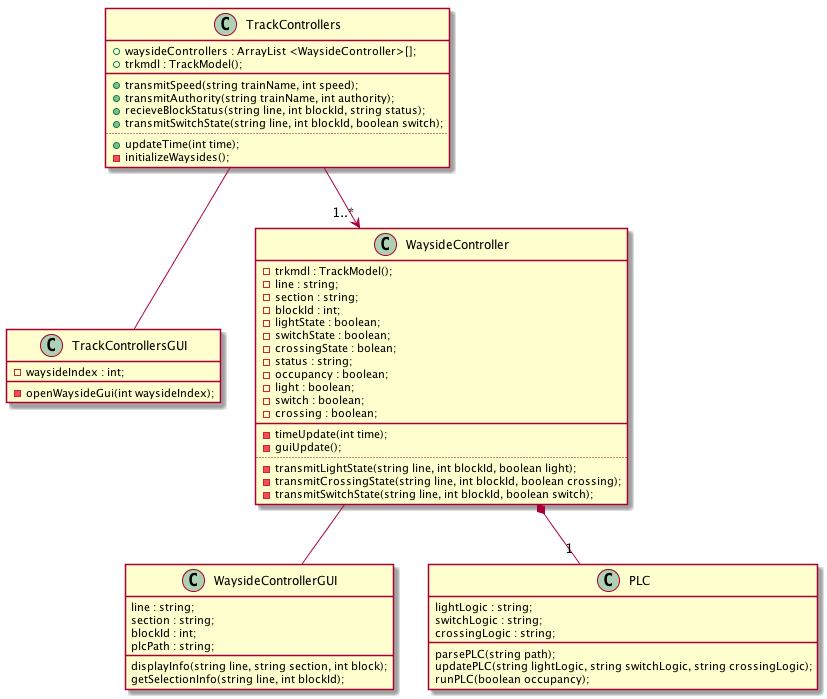
Before: TrainSystem/yUML/Class Diagrams/TrackControllerClassDiagram.png, a diagram exported from PlantUML (kevingilboy/COE1186).
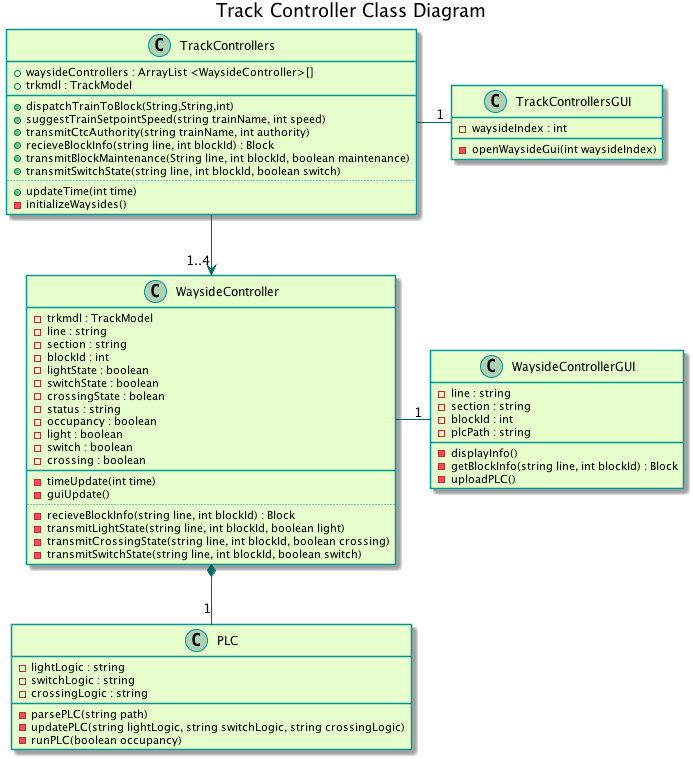
Later version of the same file.

Commit message:
updated theme, updated top level methods, and added comments

The edit, as a diff of the source:
```diff
@@ -1,68 +1,79 @@
 @startuml
+title Track Controller Class Diagram
+
+skinparam classBackgroundColor #e6ffcc
+skinparam classBorderColor 	#049595
+skinparam packageBorderCOlor  #049595
+skinparam arrowColor #006666
+
 class TrackControllers {
-	{field} + waysideControllers : ArrayList <WaysideController>[];
-	{field} + trkmdl : TrackModel();
+	{field} + waysideControllers : ArrayList <WaysideController>[]
+	{field} + trkmdl : TrackModel
 	__
-	{method} + transmitSpeed(string trainName, int speed);
-	{method} + transmitAuthority(string trainName, int authority);
-	{method} + recieveBlockStatus(string line, int blockId, string status);
-	{method} + transmitSwitchState(string line, int blockId, boolean switch);
+    {method} + dispatchTrainToBlock(String,String,int)
+	{method} + suggestTrainSetpointSpeed(string trainName, int speed)
+	{method} + transmitCtcAuthority(string trainName, int authority)
+	{method} + recieveBlockInfo(string line, int blockId) : Block
+    {method} + transmitBlockMaintenance(String line, int blockId, boolean maintenance)
+	{method} + transmitSwitchState(string line, int blockId, boolean switch)
 	..
-	{method} + updateTime(int time);
-	{method} - initializeWaysides();
+	{method} + updateTime(int time)
+	{method} - initializeWaysides()
 }
 
 class TrackControllersGUI {
-	{field} - waysideIndex : int;
+	{field} - waysideIndex : int
 	__
-	{method} - openWaysideGui(int waysideIndex);
+	{method} - openWaysideGui(int waysideIndex)
 }
 
 class WaysideController {
-	{field} - trkmdl : TrackModel();
-	{field} - line : string;
-	{field} - section : string;
-	{field} - blockId : int;
-	{field} - lightState : boolean;
-	{field} - switchState : boolean;
-	{field} - crossingState : bolean;
-	{field} - status : string;
-	{field} - occupancy : boolean;
-	{field} - light : boolean;
-	{field} - switch : boolean;
-	{field} - crossing : boolean;
+	{field} - trkmdl : TrackModel
+	{field} - line : string
+	{field} - section : string
+	{field} - blockId : int
+	{field} - lightState : boolean
+	{field} - switchState : boolean
+	{field} - crossingState : bolean
+	{field} - status : string
+	{field} - occupancy : boolean
+	{field} - light : boolean
+	{field} - switch : boolean
+	{field} - crossing : boolean
 	__
-	{method} - timeUpdate(int time);
-	{method} - guiUpdate();
+	{method} - timeUpdate(int time)
+	{method} - guiUpdate()
 	..
-	{method} - transmitLightState(string line, int blockId, boolean light);
-	{method} - transmitCrossingState(string line, int blockId, boolean crossing);
-	{method} - transmitSwitchState(string line, int blockId, boolean switch);
+	{method} - recieveBlockInfo(string line, int blockId) : Block
+	{method} - transmitLightState(string line, int blockId, boolean light)
+	{method} - transmitCrossingState(string line, int blockId, boolean crossing)
+	{method} - transmitSwitchState(string line, int blockId, boolean switch)
 }
 
 class WaysideControllerGUI {
-	{field} line : string;
-	{field} section : string;
-	{field} blockId : int;
-	{field} plcPath : string;
+	{field} - line : string
+	{field} - section : string
+	{field} - blockId : int
+	{field} - plcPath : string
 	__
-	{method} displayInfo(string line, string section, int block);
-	{method} getSelectionInfo(string line, int blockId);
+	{method} - displayInfo()
+	{method} - getBlockInfo(string line, int blockId) : Block
+	{method} - uploadPLC()
 }
 
 class PLC {
-	{field} lightLogic : string;
-	{field} switchLogic : string;
-	{field} crossingLogic : string;
+	{field} - lightLogic : string
+	{field} - switchLogic : string
+	{field} - crossingLogic : string
 	__
-	{method} parsePLC(string path);
-	{method} updatePLC(string lightLogic, string switchLogic, string crossingLogic);
-	{method} runPLC(boolean occupancy);
+	{method} - parsePLC(string path)
+	{method} - updatePLC(string lightLogic, string switchLogic, string crossingLogic)
+	{method} - runPLC(boolean occupancy)
 }
 
-TrackControllers --> "1..*" WaysideController
-TrackControllers -- TrackControllersGUI
-WaysideController -- WaysideControllerGUI
-WaysideController *-- "1" PLC
+TrackControllers -down-> "1..4" WaysideController
+TrackControllers -right- "1" TrackControllersGUI
+WaysideController -right- "1" WaysideControllerGUI
+WaysideController *-down- "1" PLC
 
 @enduml
```
